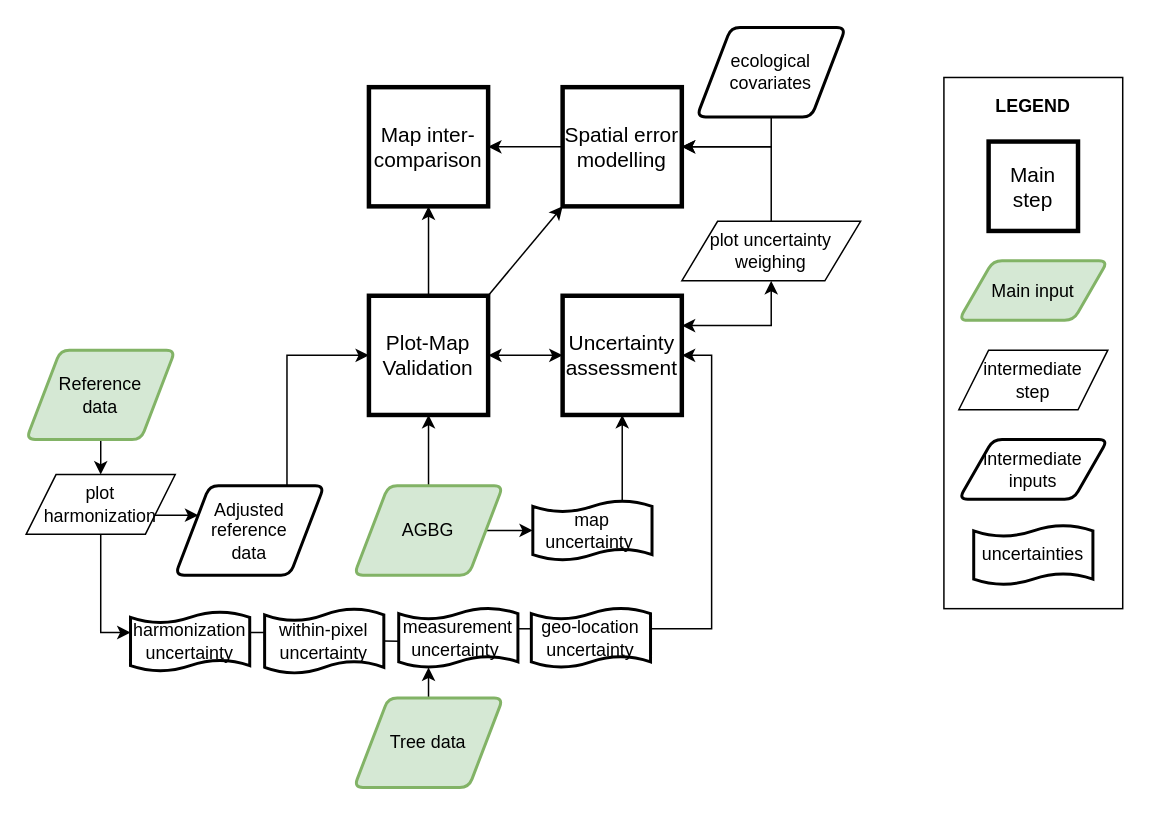
The draw.io diagram Untitled Diagram.drawio in arnanaraza/diagrams, before the edit. Source tidied: cells renumbered, new cells numbered last; positions are measured from the earlier drawing's top-left corner, leaving out a move shared by most shapes. Both pictures are drawn from the tidied source at 149%, with x=0, y=0 at pixel (25, 27).
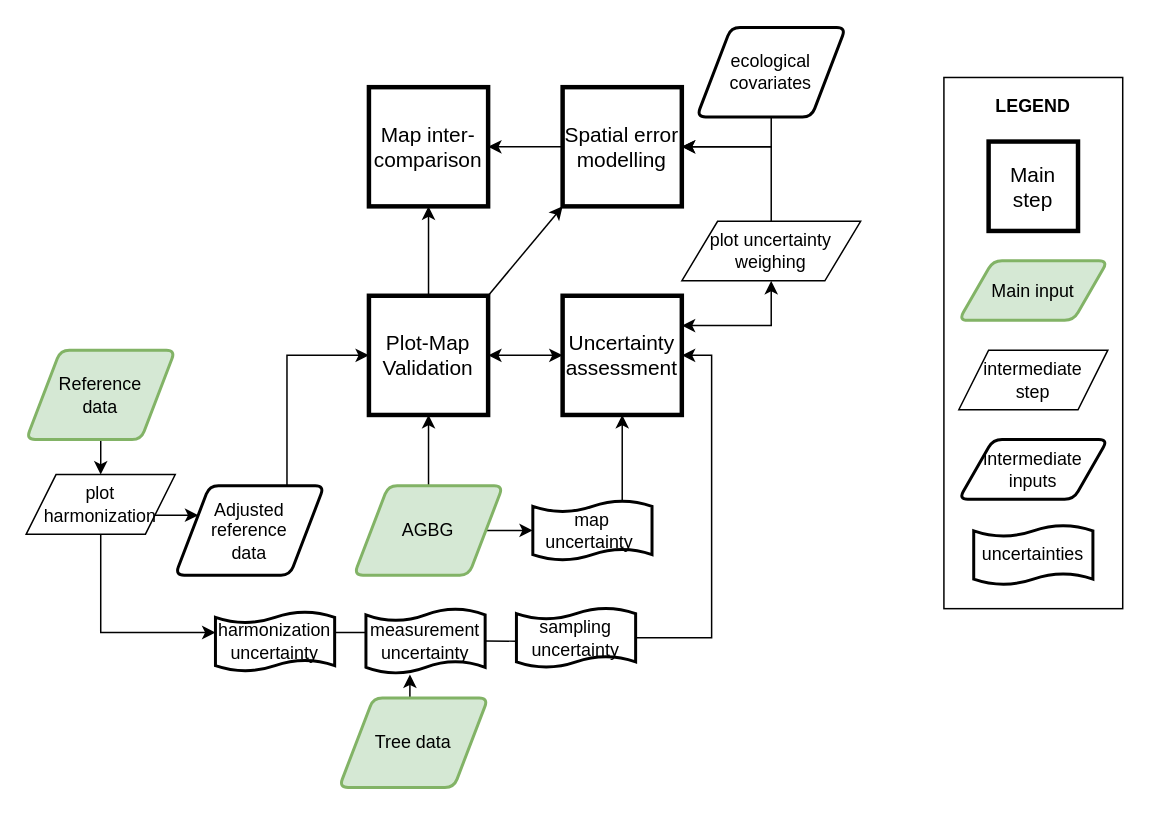
The same diagram, later.

Unchanged cells that the change refers to:
```xml
<mxCell id="15" value="&lt;font style=&quot;font-size: 14px&quot;&gt;Uncertainty assessment&lt;/font&gt;" style="whiteSpace=wrap;html=1;strokeWidth=3;" parent="1" vertex="1">
  <mxGeometry x="360.1" y="180" width="80" height="80" as="geometry" />
</mxCell>
```

What changed in the source:
```diff
@@
-    <mxCell id="9" style="edgeStyle=orthogonalEdgeStyle;rounded=0;jettySize=auto;html=1;exitX=0.5;exitY=0;exitDx=0;exitDy=0;entryX=0.25;entryY=1;entryDx=0;entryDy=0;entryPerimeter=0;startArrow=none;startFill=0;endArrow=classic;endFill=1;" parent="1" edge="1" source="10" target="32">
-      <mxGeometry relative="1" as="geometry" />
-    </mxCell>
+    <mxCell id="46" style="edgeStyle=orthogonalEdgeStyle;rounded=0;jettySize=auto;html=1;exitX=0.5;exitY=0;exitDx=0;exitDy=0;entryX=0.369;entryY=1.016;entryDx=0;entryDy=0;entryPerimeter=0;startArrow=none;startFill=0;" parent="1" edge="1" source="10" target="28">
+      <mxGeometry relative="1" as="geometry" />
+    </mxCell>
     <mxCell id="10" value="Tree data" style="shape=parallelogram;html=1;strokeWidth=2;perimeter=parallelogramPerimeter;whiteSpace=wrap;rounded=1;arcSize=12;size=0.23;fillColor=#d5e8d4;strokeColor=#82b366;" parent="1" vertex="1">
-      <mxGeometry x="220.1" y="450" width="100" height="60" as="geometry" />
+      <mxGeometry x="210.1" y="450" width="100" height="60" as="geometry" />
     </mxCell>
@@
     <mxCell id="26" value="&lt;span style=&quot;white-space: normal&quot;&gt;harmonization uncertainty&lt;/span&gt;" style="shape=tape;whiteSpace=wrap;html=1;strokeWidth=2;size=0.19;" parent="1" vertex="1">
-      <mxGeometry x="70.1" y="392" width="80" height="40" as="geometry" />
+      <mxGeometry x="127.1" y="392" width="80" height="40" as="geometry" />
     </mxCell>
@@
-    <mxCell id="28" value="within-pixel uncertainty" style="shape=tape;whiteSpace=wrap;html=1;strokeWidth=2;size=0.19;" parent="1" vertex="1">
-      <mxGeometry x="160.1" y="390" width="80" height="43.5" as="geometry" />
+    <mxCell id="28" value="measurement uncertainty" style="shape=tape;whiteSpace=wrap;html=1;strokeWidth=2;size=0.19;" parent="1" vertex="1">
+      <mxGeometry x="228.1" y="390" width="80" height="43.5" as="geometry" />
     </mxCell>
-    <mxCell id="29" style="edgeStyle=orthogonalEdgeStyle;rounded=0;jettySize=auto;html=1;exitX=1;exitY=0.35;exitDx=0;exitDy=0;exitPerimeter=0;entryX=1;entryY=0.5;entryDx=0;entryDy=0;startArrow=none;startFill=0;endArrow=classic;endFill=1;" parent="1" edge="1" source="30" target="15">
+    <mxCell id="29" style="edgeStyle=orthogonalEdgeStyle;rounded=0;jettySize=auto;html=1;exitX=1;exitY=0.5;exitDx=0;exitDy=0;exitPerimeter=0;entryX=1;entryY=0.5;entryDx=0;entryDy=0;startArrow=none;startFill=0;endArrow=classic;endFill=1;" parent="1" edge="1" source="32" target="15">
       <mxGeometry relative="1" as="geometry" />
     </mxCell>
-    <mxCell id="30" value="geo-location uncertainty" style="shape=tape;whiteSpace=wrap;html=1;strokeWidth=2;size=0.19;" parent="1" vertex="1">
-      <mxGeometry x="339.1" y="389.5" width="80" height="40" as="geometry" />
-    </mxCell>
-    <mxCell id="31" style="edgeStyle=orthogonalEdgeStyle;rounded=0;jettySize=auto;html=1;exitX=1;exitY=0.35;exitDx=0;exitDy=0;exitPerimeter=0;entryX=0;entryY=0.35;entryDx=0;entryDy=0;entryPerimeter=0;startArrow=none;startFill=0;endArrow=none;endFill=0;" parent="1" edge="1" source="32" target="30">
-      <mxGeometry relative="1" as="geometry" />
-    </mxCell>
-    <mxCell id="32" value="measurement uncertainty&amp;nbsp;" style="shape=tape;whiteSpace=wrap;html=1;strokeWidth=2;size=0.19;" parent="1" vertex="1">
-      <mxGeometry x="250.1" y="389.5" width="80" height="40" as="geometry" />
+    <mxCell id="32" value="sampling uncertainty" style="shape=tape;whiteSpace=wrap;html=1;strokeWidth=2;size=0.19;" parent="1" vertex="1">
+      <mxGeometry x="329.1" y="389.5" width="80" height="40" as="geometry" />
     </mxCell>
```
